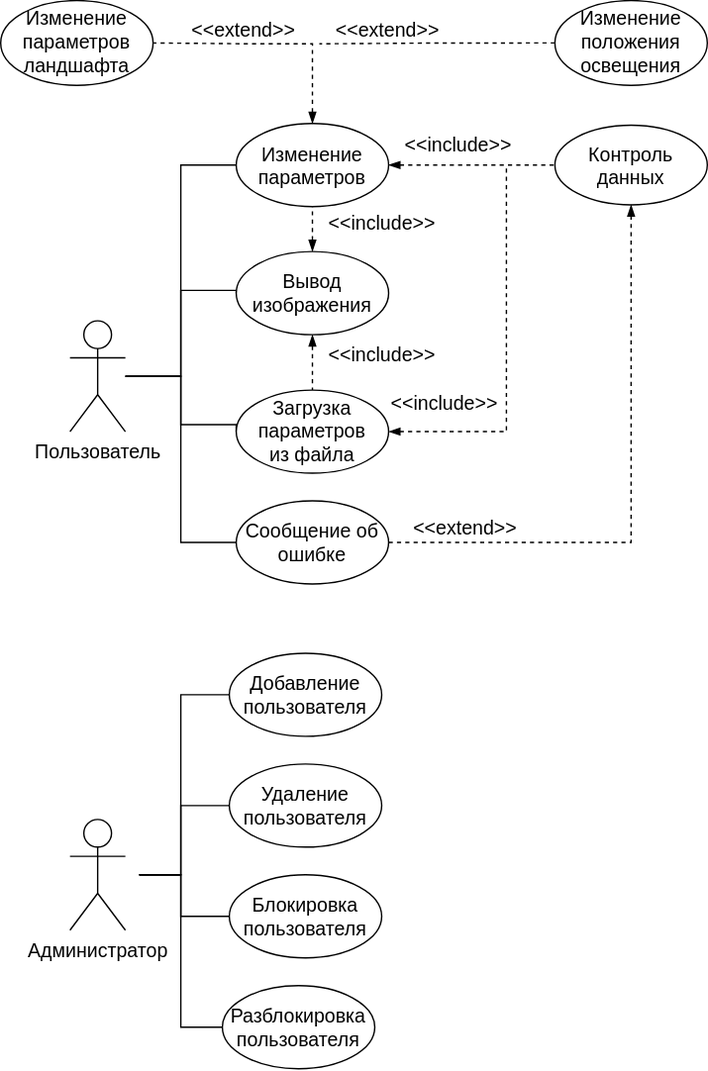
Above: images/use-case.svg in leontartykov/Terrain (draw.io), before the change. Source tidied: cells renumbered, new cells last; positions are measured from the earlier drawing's top-left corner, leaving out a move shared by most shapes.
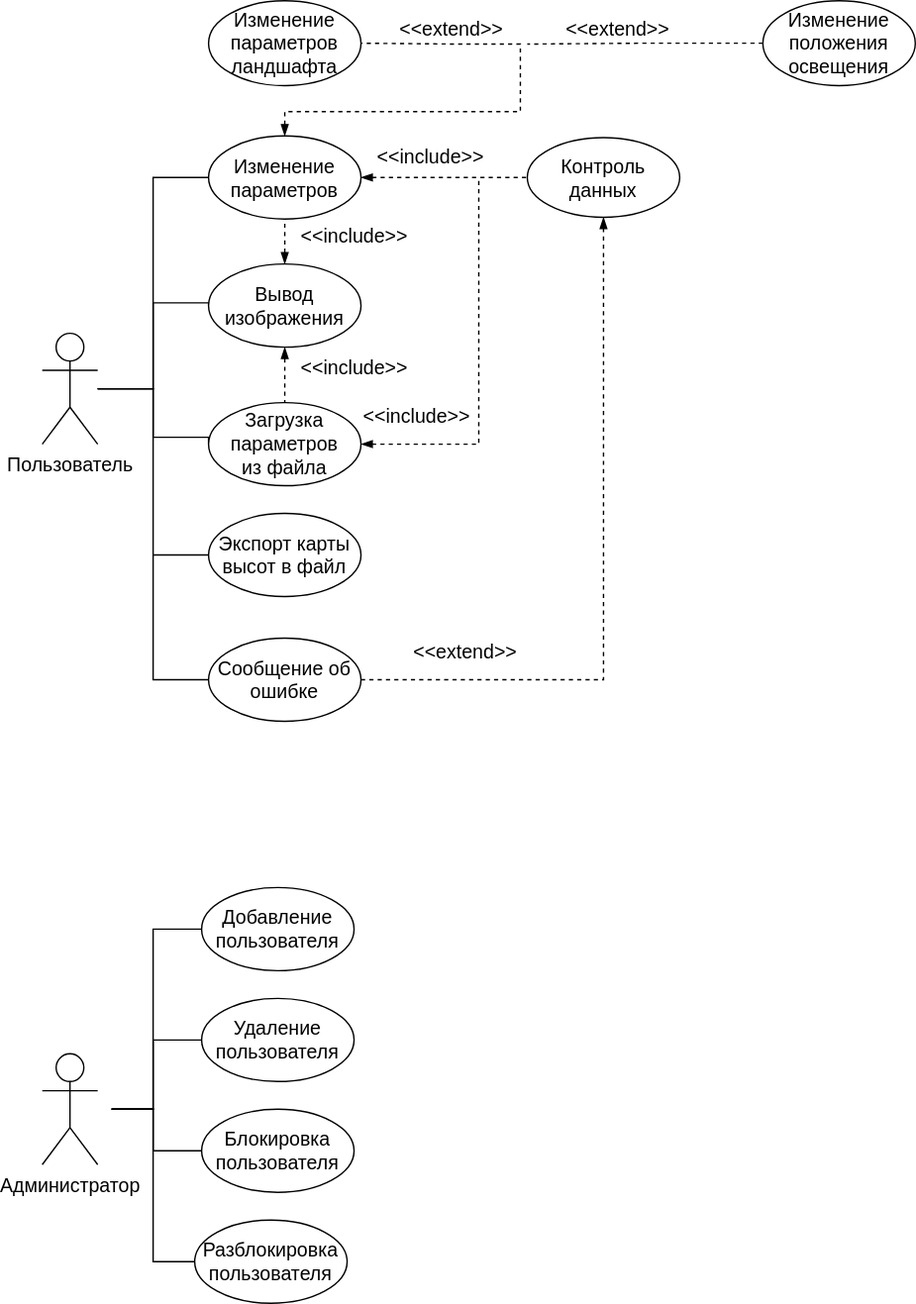
After the change.

Commit message:
change-add: добавлен случай в use-case диаграмму

Diff of the diagram source:
```diff
@@ -2,11 +2,11 @@
   <root>
     <mxCell id="0" />
     <mxCell id="1" parent="0" />
-    <mxCell id="2" style="edgeStyle=orthogonalEdgeStyle;rounded=0;jettySize=auto;html=1;entryX=0;entryY=0.5;entryDx=0;entryDy=0;fontSize=14;endArrow=none;endFill=0;" parent="1" edge="1" target="4">
-      <mxGeometry relative="1" as="geometry">
-        <mxPoint x="90" y="271" as="sourcePoint" />
-      </mxGeometry>
-    </mxCell>
+    <mxCell id="38" style="edgeStyle=orthogonalEdgeStyle;rounded=0;jettySize=auto;html=1;entryX=0;entryY=0.5;entryDx=0;entryDy=0;fontSize=14;endArrow=none;endFill=0;" parent="1" edge="1" target="4">
+      <mxGeometry relative="1" as="geometry">
+        <mxPoint x="90" y="271" as="sourcePoint" />
+      </mxGeometry>
+    </mxCell>
     <mxCell id="3" value="&lt;font style=&quot;font-size: 14px&quot;&gt;Пользователь&lt;/font&gt;" style="shape=umlActor;verticalLabelPosition=bottom;verticalAlign=top;html=1;" parent="1" vertex="1">
       <mxGeometry x="50" y="231" width="40" height="80" as="geometry" />
     </mxCell>
@@ -19,29 +19,29 @@
     <mxCell id="6" style="edgeStyle=orthogonalEdgeStyle;rounded=0;jettySize=auto;html=1;exitX=0.5;exitY=1;exitDx=0;exitDy=0;entryX=0.5;entryY=0;entryDx=0;entryDy=0;dashed=1;fontSize=14;startArrow=blockThin;startFill=1;endArrow=none;endFill=0;" parent="1" edge="1" source="8" target="19">
       <mxGeometry relative="1" as="geometry" />
     </mxCell>
-    <mxCell id="7" style="edgeStyle=orthogonalEdgeStyle;rounded=0;jettySize=auto;html=1;exitX=0;exitY=0.5;exitDx=0;exitDy=0;fontSize=14;endArrow=none;endFill=0;" parent="1" edge="1" source="8">
-      <mxGeometry relative="1" as="geometry">
-        <mxPoint x="90" y="271" as="targetPoint" />
-        <Array as="points">
-          <mxPoint x="130" y="209" />
-          <mxPoint x="130" y="271" />
-        </Array>
-      </mxGeometry>
-    </mxCell>
+    <mxCell id="39" style="edgeStyle=orthogonalEdgeStyle;rounded=0;jettySize=auto;html=1;exitX=0;exitY=0.5;exitDx=0;exitDy=0;fontSize=14;endArrow=none;endFill=0;" parent="1" edge="1" source="8">
+      <mxGeometry relative="1" as="geometry">
+        <mxPoint x="90" y="271" as="targetPoint" />
+        <Array as="points">
+          <mxPoint x="130" y="209" />
+          <mxPoint x="130" y="271" />
+        </Array>
+      </mxGeometry>
+    </mxCell>
     <mxCell id="8" value="&lt;font style=&quot;font-size: 14px&quot;&gt;Вывод изображения&lt;/font&gt;" style="ellipse;whiteSpace=wrap;html=1;" parent="1" vertex="1">
       <mxGeometry x="170" y="181" width="110" height="60" as="geometry" />
     </mxCell>
-    <mxCell id="9" style="edgeStyle=orthogonalEdgeStyle;rounded=0;jettySize=auto;html=1;exitX=0;exitY=0.5;exitDx=0;exitDy=0;fontSize=14;endArrow=none;endFill=0;" parent="1" edge="1" source="10">
-      <mxGeometry relative="1" as="geometry">
-        <mxPoint x="90" y="271" as="targetPoint" />
-        <Array as="points">
-          <mxPoint x="130" y="391" />
-          <mxPoint x="130" y="271" />
-        </Array>
-      </mxGeometry>
-    </mxCell>
+    <mxCell id="40" style="edgeStyle=orthogonalEdgeStyle;rounded=0;jettySize=auto;html=1;exitX=0;exitY=0.5;exitDx=0;exitDy=0;fontSize=14;endArrow=none;endFill=0;" parent="1" edge="1" source="10">
+      <mxGeometry relative="1" as="geometry">
+        <mxPoint x="90" y="271" as="targetPoint" />
+        <Array as="points">
+          <mxPoint x="130" y="481" />
+          <mxPoint x="130" y="271" />
+        </Array>
+      </mxGeometry>
+    </mxCell>
     <mxCell id="10" value="&lt;font style=&quot;font-size: 14px&quot;&gt;Сообщение об&lt;br&gt;ошибке&lt;/font&gt;" style="ellipse;whiteSpace=wrap;html=1;" parent="1" vertex="1">
-      <mxGeometry x="170" y="361" width="110" height="60" as="geometry" />
+      <mxGeometry x="170" y="451" width="110" height="60" as="geometry" />
     </mxCell>
     <mxCell id="11" value="&lt;font style=&quot;font-size: 14px&quot;&gt;Контроль&lt;br&gt;данных&lt;/font&gt;" style="ellipse;whiteSpace=wrap;html=1;" parent="1" vertex="1">
       <mxGeometry x="400" y="89.8" width="110" height="57.5" as="geometry" />
@@ -49,42 +49,44 @@
     <mxCell id="12" style="endArrow=blockThin;html=1;rounded=0;entryX=0.5;entryY=1;entryDx=0;entryDy=0;endFill=1;dashed=1;exitX=1;exitY=0.5;exitDx=0;exitDy=0;" parent="1" edge="1" source="10" target="11">
       <mxGeometry relative="1" as="geometry">
         <Array as="points">
-          <mxPoint x="455" y="391" />
+          <mxPoint x="455" y="481" />
         </Array>
       </mxGeometry>
     </mxCell>
-    <mxCell id="13" style="edgeStyle=orthogonalEdgeStyle;rounded=0;jettySize=auto;html=1;exitX=0;exitY=0.5;exitDx=0;exitDy=0;fontSize=12;endArrow=none;endFill=0;dashed=1;" parent="1" edge="1" source="14">
-      <mxGeometry relative="1" as="geometry">
-        <mxPoint x="230" y="31" as="targetPoint" />
-      </mxGeometry>
-    </mxCell>
+    <mxCell id="41" style="edgeStyle=orthogonalEdgeStyle;rounded=0;jettySize=auto;html=1;exitX=0;exitY=0.5;exitDx=0;exitDy=0;fontSize=12;endArrow=none;endFill=0;dashed=1;" parent="1" edge="1" source="14">
+      <mxGeometry relative="1" as="geometry">
+        <mxPoint x="400" y="22.2" as="targetPoint" />
+      </mxGeometry>
+    </mxCell>
     <mxCell id="14" value="&lt;font style=&quot;font-size: 14px&quot;&gt;Изменение&lt;br&gt;положения&lt;br&gt;освещения&lt;/font&gt;" style="ellipse;whiteSpace=wrap;html=1;" parent="1" vertex="1">
-      <mxGeometry x="400" y="-0.2" width="110" height="61.2" as="geometry" />
+      <mxGeometry x="570" y="-9" width="110" height="61.2" as="geometry" />
     </mxCell>
-    <mxCell id="15" value="&lt;font style=&quot;font-size: 14px&quot;&gt;&amp;lt;&amp;lt;extend&amp;gt;&amp;gt;&lt;/font&gt;" style="text;html=1;align=center;verticalAlign=middle;strokeColor=none;fillColor=none;rotation=0;" parent="1" vertex="1">
-      <mxGeometry x="130" y="11" width="90" height="20" as="geometry" />
-    </mxCell>
+    <mxCell id="42" value="&lt;font style=&quot;font-size: 14px&quot;&gt;&amp;lt;&amp;lt;extend&amp;gt;&amp;gt;&lt;/font&gt;" style="text;html=1;align=center;verticalAlign=middle;strokeColor=none;fillColor=none;rotation=0;" parent="1" vertex="1">
+      <mxGeometry x="300" y="2.2" width="90" height="20" as="geometry" />
+    </mxCell>
     <mxCell id="16" value="&lt;font style=&quot;font-size: 14px&quot;&gt;Изменение&lt;br&gt;параметров&lt;br&gt;ландшафта&lt;/font&gt;" style="ellipse;whiteSpace=wrap;html=1;" parent="1" vertex="1">
-      <mxGeometry y="-0.3" width="110" height="61.2" as="geometry" />
+      <mxGeometry x="170" y="-9" width="110" height="61.2" as="geometry" />
     </mxCell>
     <mxCell id="17" style="endArrow=none;html=1;rounded=0;endFill=0;dashed=1;exitX=0.5;exitY=0;exitDx=0;exitDy=0;startArrow=blockThin;startFill=1;entryX=1;entryY=0.5;entryDx=0;entryDy=0;" parent="1" edge="1" source="4" target="16">
       <mxGeometry relative="1" as="geometry">
         <Array as="points">
-          <mxPoint x="225" y="31" />
-          <mxPoint x="180" y="31" />
+          <mxPoint x="225" y="71" />
+          <mxPoint x="395" y="71" />
+          <mxPoint x="395" y="22.2" />
+          <mxPoint x="350" y="22.2" />
         </Array>
       </mxGeometry>
     </mxCell>
-    <mxCell id="18" style="edgeStyle=orthogonalEdgeStyle;rounded=0;jettySize=auto;html=1;exitX=0;exitY=0.5;exitDx=0;exitDy=0;fontSize=14;endArrow=none;endFill=0;" parent="1" edge="1" source="19">
-      <mxGeometry relative="1" as="geometry">
-        <mxPoint x="90" y="271" as="targetPoint" />
-        <Array as="points">
-          <mxPoint x="130" y="306" />
-          <mxPoint x="130" y="271" />
-          <mxPoint x="90" y="271" />
-        </Array>
-      </mxGeometry>
-    </mxCell>
+    <mxCell id="43" style="edgeStyle=orthogonalEdgeStyle;rounded=0;jettySize=auto;html=1;exitX=0;exitY=0.5;exitDx=0;exitDy=0;fontSize=14;endArrow=none;endFill=0;" parent="1" edge="1" source="19">
+      <mxGeometry relative="1" as="geometry">
+        <mxPoint x="90" y="271" as="targetPoint" />
+        <Array as="points">
+          <mxPoint x="130" y="306" />
+          <mxPoint x="130" y="271" />
+          <mxPoint x="90" y="271" />
+        </Array>
+      </mxGeometry>
+    </mxCell>
     <mxCell id="19" value="&lt;font style=&quot;font-size: 14px&quot;&gt;Загрузка&lt;br&gt;параметров&lt;br&gt;из файла&lt;/font&gt;" style="ellipse;whiteSpace=wrap;html=1;" parent="1" vertex="1">
       <mxGeometry x="170" y="281" width="110" height="60" as="geometry" />
     </mxCell>
@@ -92,22 +94,22 @@
       <mxGeometry x="230" y="246" width="90" height="20" as="geometry" />
     </mxCell>
     <mxCell id="21" value="&lt;font style=&quot;font-size: 14px&quot;&gt;Администратор&lt;/font&gt;" style="shape=umlActor;verticalLabelPosition=bottom;verticalAlign=top;html=1;" parent="1" vertex="1">
-      <mxGeometry x="50" y="591" width="40" height="80" as="geometry" />
+      <mxGeometry x="50" y="751" width="40" height="80" as="geometry" />
     </mxCell>
-    <mxCell id="22" value="&lt;font style=&quot;font-size: 14px&quot;&gt;&amp;lt;&amp;lt;extend&amp;gt;&amp;gt;&lt;/font&gt;" style="text;html=1;align=center;verticalAlign=middle;strokeColor=none;fillColor=none;rotation=0;" parent="1" vertex="1">
-      <mxGeometry x="234" y="11" width="90" height="20" as="geometry" />
-    </mxCell>
+    <mxCell id="44" value="&lt;font style=&quot;font-size: 14px&quot;&gt;&amp;lt;&amp;lt;extend&amp;gt;&amp;gt;&lt;/font&gt;" style="text;html=1;align=center;verticalAlign=middle;strokeColor=none;fillColor=none;rotation=0;" parent="1" vertex="1">
+      <mxGeometry x="420" y="2.2" width="90" height="20" as="geometry" />
+    </mxCell>
     <mxCell id="23" style="group;" parent="1" vertex="1">
       <mxGeometry x="365" y="266" as="geometry" />
     </mxCell>
-    <mxCell id="24" style="edgeStyle=orthogonalEdgeStyle;rounded=0;jettySize=auto;html=1;fontSize=14;endArrow=blockThin;endFill=1;dashed=1;entryX=1;entryY=0.5;entryDx=0;entryDy=0;" parent="23" edge="1" target="19">
-      <mxGeometry relative="1" as="geometry">
-        <mxPoint y="-145" as="sourcePoint" />
-        <Array as="points">
-          <mxPoint y="45" />
-        </Array>
-      </mxGeometry>
-    </mxCell>
+    <mxCell id="45" style="edgeStyle=orthogonalEdgeStyle;rounded=0;jettySize=auto;html=1;fontSize=14;endArrow=blockThin;endFill=1;dashed=1;entryX=1;entryY=0.5;entryDx=0;entryDy=0;" parent="23" edge="1" target="19">
+      <mxGeometry relative="1" as="geometry">
+        <mxPoint y="-145" as="sourcePoint" />
+        <Array as="points">
+          <mxPoint y="45" />
+        </Array>
+      </mxGeometry>
+    </mxCell>
     <mxCell id="25" style="endArrow=none;html=1;rounded=0;entryX=0;entryY=0.5;entryDx=0;entryDy=0;endFill=0;dashed=1;exitX=1;exitY=0.5;exitDx=0;exitDy=0;startArrow=blockThin;startFill=1;" parent="23" edge="1" source="4" target="11">
       <mxGeometry relative="1" as="geometry" />
     </mxCell>
@@ -120,57 +122,65 @@
     <mxCell id="28" value="&lt;font style=&quot;font-size: 14px&quot;&gt;&amp;lt;&amp;lt;include&amp;gt;&amp;gt;&lt;/font&gt;" style="text;html=1;align=center;verticalAlign=middle;strokeColor=none;fillColor=none;rotation=0;" parent="1" vertex="1">
       <mxGeometry x="275" y="281" width="90" height="20" as="geometry" />
     </mxCell>
-    <mxCell id="29" value="&lt;font style=&quot;font-size: 14px&quot;&gt;&amp;lt;&amp;lt;extend&amp;gt;&amp;gt;&lt;/font&gt;" style="text;html=1;align=center;verticalAlign=middle;strokeColor=none;fillColor=none;rotation=0;" parent="1" vertex="1">
-      <mxGeometry x="290" y="371" width="90" height="20" as="geometry" />
-    </mxCell>
-    <mxCell id="30" style="edgeStyle=orthogonalEdgeStyle;rounded=0;jettySize=auto;html=1;exitX=0;exitY=0.5;exitDx=0;exitDy=0;fontSize=14;endArrow=none;endFill=0;" parent="1" edge="1" source="31">
-      <mxGeometry relative="1" as="geometry">
-        <mxPoint x="100" y="631" as="targetPoint" />
-        <Array as="points">
-          <mxPoint x="130" y="501" />
-          <mxPoint x="130" y="631" />
-        </Array>
-      </mxGeometry>
-    </mxCell>
+    <mxCell id="46" value="&lt;font style=&quot;font-size: 14px&quot;&gt;&amp;lt;&amp;lt;extend&amp;gt;&amp;gt;&lt;/font&gt;" style="text;html=1;align=center;verticalAlign=middle;strokeColor=none;fillColor=none;rotation=0;" parent="1" vertex="1">
+      <mxGeometry x="310" y="451" width="90" height="20" as="geometry" />
+    </mxCell>
+    <mxCell id="47" style="edgeStyle=orthogonalEdgeStyle;rounded=0;jettySize=auto;html=1;exitX=0;exitY=0.5;exitDx=0;exitDy=0;fontSize=14;endArrow=none;endFill=0;" parent="1" edge="1" source="31">
+      <mxGeometry relative="1" as="geometry">
+        <mxPoint x="100" y="791" as="targetPoint" />
+        <Array as="points">
+          <mxPoint x="130" y="661" />
+          <mxPoint x="130" y="791" />
+        </Array>
+      </mxGeometry>
+    </mxCell>
     <mxCell id="31" value="&lt;span style=&quot;font-size: 14px&quot;&gt;Добавление пользователя&lt;/span&gt;" style="ellipse;whiteSpace=wrap;html=1;" parent="1" vertex="1">
-      <mxGeometry x="165" y="471" width="110" height="60" as="geometry" />
+      <mxGeometry x="165" y="631" width="110" height="60" as="geometry" />
     </mxCell>
-    <mxCell id="32" style="edgeStyle=orthogonalEdgeStyle;rounded=0;jettySize=auto;html=1;exitX=0;exitY=0.5;exitDx=0;exitDy=0;fontSize=14;endArrow=none;endFill=0;" parent="1" edge="1" source="33">
-      <mxGeometry relative="1" as="geometry">
-        <mxPoint x="100" y="631" as="targetPoint" />
-        <Array as="points">
-          <mxPoint x="130" y="581" />
-          <mxPoint x="130" y="631" />
-        </Array>
-      </mxGeometry>
-    </mxCell>
+    <mxCell id="48" style="edgeStyle=orthogonalEdgeStyle;rounded=0;jettySize=auto;html=1;exitX=0;exitY=0.5;exitDx=0;exitDy=0;fontSize=14;endArrow=none;endFill=0;" parent="1" edge="1" source="33">
+      <mxGeometry relative="1" as="geometry">
+        <mxPoint x="100" y="791" as="targetPoint" />
+        <Array as="points">
+          <mxPoint x="130" y="741" />
+          <mxPoint x="130" y="791" />
+        </Array>
+      </mxGeometry>
+    </mxCell>
     <mxCell id="33" value="&lt;span style=&quot;font-size: 14px&quot;&gt;Удаление пользователя&lt;/span&gt;" style="ellipse;whiteSpace=wrap;html=1;" parent="1" vertex="1">
-      <mxGeometry x="165" y="551" width="110" height="60" as="geometry" />
+      <mxGeometry x="165" y="711" width="110" height="60" as="geometry" />
     </mxCell>
-    <mxCell id="34" style="edgeStyle=orthogonalEdgeStyle;rounded=0;jettySize=auto;html=1;exitX=0;exitY=0.5;exitDx=0;exitDy=0;fontSize=14;endArrow=none;endFill=0;" parent="1" edge="1" source="35">
-      <mxGeometry relative="1" as="geometry">
-        <mxPoint x="100" y="631" as="targetPoint" />
-        <Array as="points">
-          <mxPoint x="130" y="661" />
-          <mxPoint x="130" y="631" />
-        </Array>
-      </mxGeometry>
-    </mxCell>
+    <mxCell id="49" style="edgeStyle=orthogonalEdgeStyle;rounded=0;jettySize=auto;html=1;exitX=0;exitY=0.5;exitDx=0;exitDy=0;fontSize=14;endArrow=none;endFill=0;" parent="1" edge="1" source="35">
+      <mxGeometry relative="1" as="geometry">
+        <mxPoint x="100" y="791" as="targetPoint" />
+        <Array as="points">
+          <mxPoint x="130" y="821" />
+          <mxPoint x="130" y="791" />
+        </Array>
+      </mxGeometry>
+    </mxCell>
     <mxCell id="35" value="&lt;span style=&quot;font-size: 14px&quot;&gt;Блокировка пользователя&lt;/span&gt;" style="ellipse;whiteSpace=wrap;html=1;" parent="1" vertex="1">
-      <mxGeometry x="165" y="631" width="110" height="60" as="geometry" />
+      <mxGeometry x="165" y="791" width="110" height="60" as="geometry" />
     </mxCell>
-    <mxCell id="36" style="edgeStyle=orthogonalEdgeStyle;rounded=0;jettySize=auto;html=1;exitX=0;exitY=0.5;exitDx=0;exitDy=0;fontSize=14;endArrow=none;endFill=0;" parent="1" edge="1" source="37">
-      <mxGeometry relative="1" as="geometry">
-        <mxPoint x="100" y="631" as="targetPoint" />
-        <Array as="points">
-          <mxPoint x="130" y="741" />
-          <mxPoint x="130" y="631" />
-          <mxPoint x="100" y="631" />
-        </Array>
-      </mxGeometry>
-    </mxCell>
+    <mxCell id="50" style="edgeStyle=orthogonalEdgeStyle;rounded=0;jettySize=auto;html=1;exitX=0;exitY=0.5;exitDx=0;exitDy=0;fontSize=14;endArrow=none;endFill=0;" parent="1" edge="1" source="37">
+      <mxGeometry relative="1" as="geometry">
+        <mxPoint x="100" y="791" as="targetPoint" />
+        <Array as="points">
+          <mxPoint x="130" y="901" />
+          <mxPoint x="130" y="791" />
+          <mxPoint x="100" y="791" />
+        </Array>
+      </mxGeometry>
+    </mxCell>
     <mxCell id="37" value="&lt;span style=&quot;font-size: 14px&quot;&gt;Разблокировка пользователя&lt;/span&gt;" style="ellipse;whiteSpace=wrap;html=1;" parent="1" vertex="1">
-      <mxGeometry x="160" y="711" width="110" height="60" as="geometry" />
+      <mxGeometry x="160" y="871" width="110" height="60" as="geometry" />
     </mxCell>
+    <mxCell id="51" style="edgeStyle=orthogonalEdgeStyle;rounded=0;jettySize=auto;html=1;exitX=0;exitY=0.5;exitDx=0;exitDy=0;startArrow=none;startFill=0;endArrow=none;endFill=0;" parent="1" edge="1" source="52">
+      <mxGeometry relative="1" as="geometry">
+        <mxPoint x="130" y="391" as="targetPoint" />
+      </mxGeometry>
+    </mxCell>
+    <mxCell id="52" value="&lt;span style=&quot;font-size: 14px&quot;&gt;Экспорт карты высот в файл&lt;/span&gt;" style="ellipse;whiteSpace=wrap;html=1;" parent="1" vertex="1">
+      <mxGeometry x="170" y="361" width="110" height="60" as="geometry" />
+    </mxCell>
   </root>
 </mxGraphModel>
```
